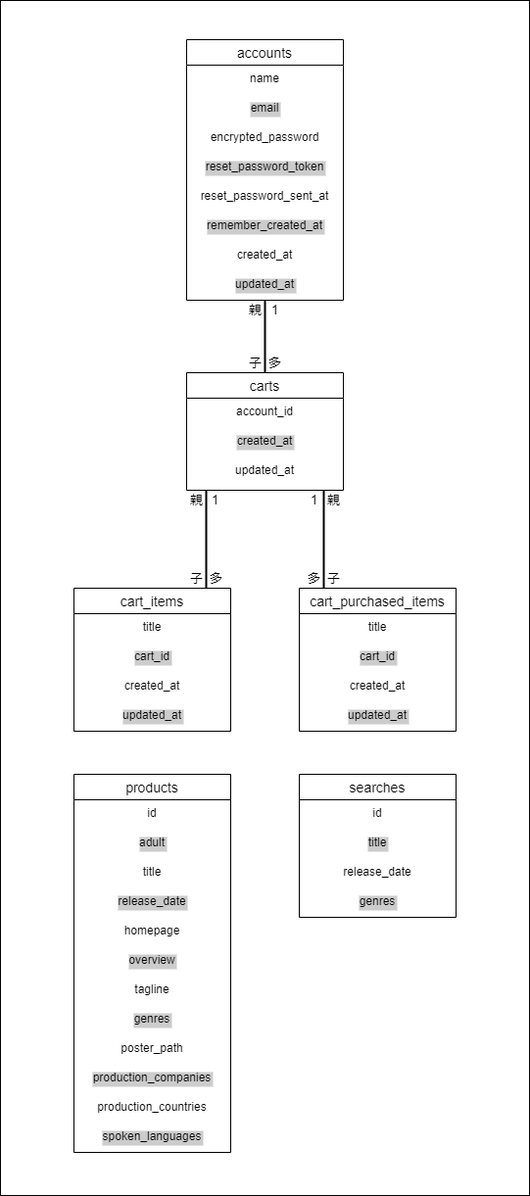
The draw.io diagram データベース設計図.png in jokertennis/webapp, before a commit. Source tidied: cells renumbered, new cells last; positions are measured from the earlier drawing's top-left corner, leaving out a move shared by most shapes.
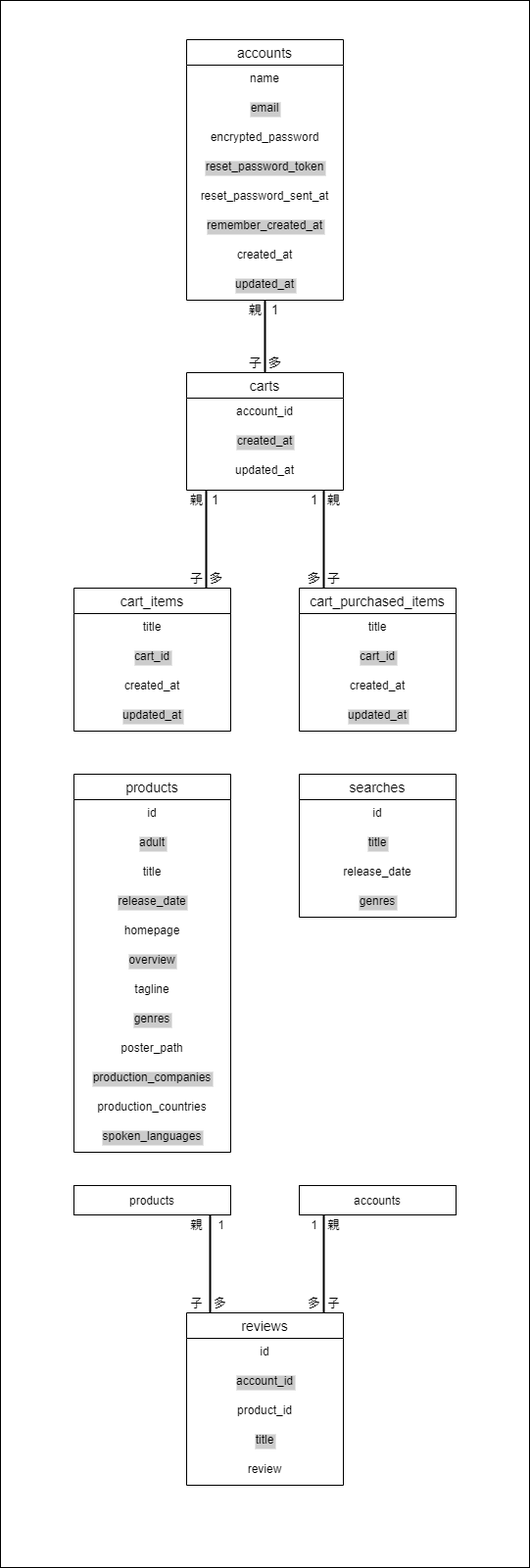
After the change.

Commit message:
Update データベース設計図.png

The edit, as a diff of the source:
```diff
@@ -3,7 +3,7 @@
     <mxCell id="0" />
     <mxCell id="1" parent="0" />
     <mxCell id="2" style="verticalLabelPosition=bottom;verticalAlign=top;html=1;shape=mxgraph.basic.rect;fillColor2=none;strokeWidth=1;size=20;indent=5;labelBackgroundColor=#CCCCCC;fontSize=13;align=center;" parent="1" vertex="1">
-      <mxGeometry width="540" height="1220" as="geometry" />
+      <mxGeometry width="540" height="1600" as="geometry" />
     </mxCell>
     <mxCell id="3" style="line;strokeWidth=2;direction=south;html=1;labelBackgroundColor=none;fontSize=13;align=center;" parent="1" vertex="1">
       <mxGeometry x="265" y="306" width="10" height="74" as="geometry" />
@@ -173,5 +173,59 @@
     <mxCell id="58" value="genres" style="text;strokeColor=none;fillColor=none;spacingLeft=4;spacingRight=4;overflow=hidden;fontSize=12;align=center;labelBackgroundColor=#CCCCCC;" parent="54" vertex="1">
       <mxGeometry y="116" width="160" height="30" as="geometry" />
     </mxCell>
+    <mxCell id="59" value="products" style="rounded=0;whiteSpace=wrap;html=1;" parent="1" vertex="1">
+      <mxGeometry x="75" y="1210" width="160" height="30" as="geometry" />
+    </mxCell>
+    <mxCell id="60" value="accounts" style="rounded=0;whiteSpace=wrap;html=1;" parent="1" vertex="1">
+      <mxGeometry x="305" y="1210" width="160" height="30" as="geometry" />
+    </mxCell>
+    <mxCell id="61" style="line;strokeWidth=2;direction=south;html=1;labelBackgroundColor=none;fontSize=13;align=center;" parent="1" vertex="1">
+      <mxGeometry x="209" y="1240" width="10" height="100" as="geometry" />
+    </mxCell>
+    <mxCell id="62" style="line;strokeWidth=2;direction=south;html=1;labelBackgroundColor=none;fontSize=13;align=center;" parent="1" vertex="1">
+      <mxGeometry x="325" y="1240" width="10" height="100" as="geometry" />
+    </mxCell>
+    <mxCell id="63" value="親" style="text;html=1;align=center;verticalAlign=middle;" parent="1" vertex="1">
+      <mxGeometry x="185" y="1240" width="30" height="20" as="geometry" />
+    </mxCell>
+    <mxCell id="64" value="子" style="text;html=1;align=center;verticalAlign=middle;" parent="1" vertex="1">
+      <mxGeometry x="185" y="1320" width="30" height="20" as="geometry" />
+    </mxCell>
+    <mxCell id="65" value="親" style="text;html=1;align=center;verticalAlign=middle;" parent="1" vertex="1">
+      <mxGeometry x="325" y="1240" width="30" height="20" as="geometry" />
+    </mxCell>
+    <mxCell id="66" value="子" style="text;html=1;align=center;verticalAlign=middle;" parent="1" vertex="1">
+      <mxGeometry x="325" y="1320" width="30" height="20" as="geometry" />
+    </mxCell>
+    <mxCell id="67" value="1" style="text;html=1;align=center;verticalAlign=middle;" parent="1" vertex="1">
+      <mxGeometry x="215" y="1240" width="20" height="20" as="geometry" />
+    </mxCell>
+    <mxCell id="68" value="1" style="text;html=1;align=center;verticalAlign=middle;" parent="1" vertex="1">
+      <mxGeometry x="310" y="1240" width="20" height="20" as="geometry" />
+    </mxCell>
+    <mxCell id="69" value="多" style="text;html=1;align=center;verticalAlign=middle;" parent="1" vertex="1">
+      <mxGeometry x="209" y="1320" width="30" height="20" as="geometry" />
+    </mxCell>
+    <mxCell id="70" value="多" style="text;html=1;align=center;verticalAlign=middle;" parent="1" vertex="1">
+      <mxGeometry x="305" y="1320" width="30" height="20" as="geometry" />
+    </mxCell>
+    <mxCell id="71" value="reviews" style="swimlane;fontStyle=0;horizontal=1;startSize=26;align=center;fontSize=14;labelBackgroundColor=none;" parent="1" vertex="1">
+      <mxGeometry x="190" y="1340" width="160" height="176" as="geometry" />
+    </mxCell>
+    <mxCell id="72" value="id" style="text;strokeColor=none;fillColor=none;spacingLeft=4;spacingRight=4;overflow=hidden;fontSize=12;align=center;" parent="71" vertex="1">
+      <mxGeometry y="26" width="160" height="30" as="geometry" />
+    </mxCell>
+    <mxCell id="73" value="account_id" style="text;strokeColor=none;fillColor=none;spacingLeft=4;spacingRight=4;overflow=hidden;fontSize=12;align=center;labelBackgroundColor=#CCCCCC;" parent="71" vertex="1">
+      <mxGeometry y="56" width="160" height="30" as="geometry" />
+    </mxCell>
+    <mxCell id="74" value="product_id" style="text;strokeColor=none;fillColor=none;spacingLeft=4;spacingRight=4;overflow=hidden;fontSize=12;align=center;" parent="71" vertex="1">
+      <mxGeometry y="86" width="160" height="30" as="geometry" />
+    </mxCell>
+    <mxCell id="75" value="title" style="text;strokeColor=none;fillColor=none;spacingLeft=4;spacingRight=4;overflow=hidden;fontSize=12;align=center;labelBackgroundColor=#CCCCCC;" parent="71" vertex="1">
+      <mxGeometry y="116" width="160" height="30" as="geometry" />
+    </mxCell>
+    <mxCell id="76" value="review" style="text;strokeColor=none;fillColor=none;spacingLeft=4;spacingRight=4;overflow=hidden;fontSize=12;align=center;" parent="71" vertex="1">
+      <mxGeometry y="146" width="160" height="30" as="geometry" />
+    </mxCell>
   </root>
 </mxGraphModel>
```
